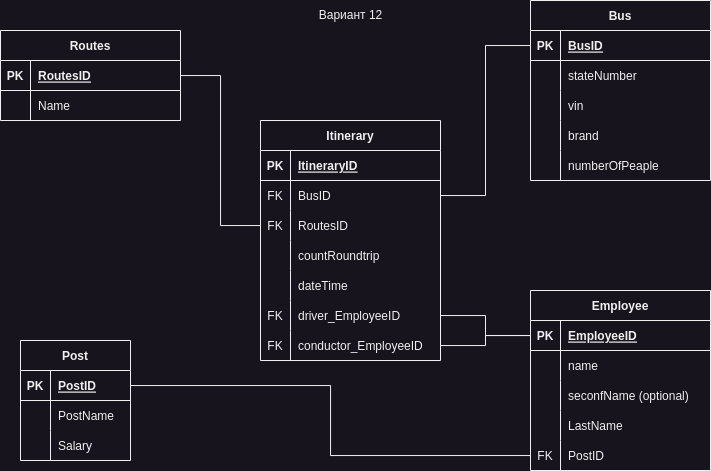
This is Schema.drawio.png from mesor21/Course_Progect_DB, a draw.io export, as it was before one commit. Source tidied: cells renumbered, new cells last; positions are measured from the earlier drawing's top-left corner, leaving out a move shared by most shapes. The source it was exported from:
```xml
<mxGraphModel>
  <root>
    <mxCell id="0" />
    <mxCell id="1" parent="0" />
    <mxCell id="2" value="Employee" style="shape=table;startSize=30;rowLines=0;fontStyle=1;align=center;" parent="1" vertex="1">
      <mxGeometry x="530" y="290" width="180" height="180" as="geometry" />
    </mxCell>
    <mxCell id="3" style="shape=tableRow;horizontal=0;startSize=0;swimlaneHead=0;swimlaneBody=0;fillColor=none;points=[[0,0.5],[1,0.5]];portConstraint=eastwest;top=0;left=0;right=0;bottom=1;" parent="2" vertex="1">
      <mxGeometry y="30" width="180" height="30" as="geometry" />
    </mxCell>
    <mxCell id="4" value="PK" style="shape=partialRectangle;fillColor=none;top=0;left=0;bottom=0;right=0;fontStyle=1;overflow=hidden;" parent="3" vertex="1">
      <mxGeometry width="30" height="30" as="geometry" />
    </mxCell>
    <mxCell id="5" value="EmployeeID" style="shape=partialRectangle;fillColor=none;top=0;left=0;bottom=0;right=0;align=left;spacingLeft=6;fontStyle=5;overflow=hidden;" parent="3" vertex="1">
      <mxGeometry x="30" width="150" height="30" as="geometry" />
    </mxCell>
    <mxCell id="6" style="shape=tableRow;horizontal=0;startSize=0;swimlaneHead=0;swimlaneBody=0;fillColor=none;top=0;left=0;right=0;bottom=0;" parent="2" vertex="1">
      <mxGeometry y="60" width="180" height="30" as="geometry" />
    </mxCell>
    <mxCell id="7" style="shape=partialRectangle;fillColor=none;top=0;left=0;bottom=0;right=0;overflow=hidden;" parent="6" vertex="1">
      <mxGeometry width="30" height="30" as="geometry" />
    </mxCell>
    <mxCell id="8" value="name" style="shape=partialRectangle;fillColor=none;top=0;left=0;bottom=0;right=0;align=left;spacingLeft=6;overflow=hidden;" parent="6" vertex="1">
      <mxGeometry x="30" width="150" height="30" as="geometry" />
    </mxCell>
    <mxCell id="9" style="shape=tableRow;horizontal=0;startSize=0;swimlaneHead=0;swimlaneBody=0;fillColor=none;top=0;left=0;right=0;bottom=0;" parent="2" vertex="1">
      <mxGeometry y="90" width="180" height="30" as="geometry" />
    </mxCell>
    <mxCell id="10" style="shape=partialRectangle;fillColor=none;top=0;left=0;bottom=0;right=0;overflow=hidden;" parent="9" vertex="1">
      <mxGeometry width="30" height="30" as="geometry" />
    </mxCell>
    <mxCell id="11" value="seconfName (optional)" style="shape=partialRectangle;fillColor=none;top=0;left=0;bottom=0;right=0;align=left;spacingLeft=6;overflow=hidden;" parent="9" vertex="1">
      <mxGeometry x="30" width="150" height="30" as="geometry" />
    </mxCell>
    <mxCell id="12" style="shape=tableRow;horizontal=0;startSize=0;swimlaneHead=0;swimlaneBody=0;fillColor=none;top=0;left=0;right=0;bottom=0;" parent="2" vertex="1">
      <mxGeometry y="120" width="180" height="30" as="geometry" />
    </mxCell>
    <mxCell id="13" style="shape=partialRectangle;fillColor=none;top=0;left=0;bottom=0;right=0;overflow=hidden;" parent="12" vertex="1">
      <mxGeometry width="30" height="30" as="geometry" />
    </mxCell>
    <mxCell id="14" value="LastName" style="shape=partialRectangle;fillColor=none;top=0;left=0;bottom=0;right=0;align=left;spacingLeft=6;overflow=hidden;" parent="12" vertex="1">
      <mxGeometry x="30" width="150" height="30" as="geometry" />
    </mxCell>
    <mxCell id="15" style="shape=tableRow;horizontal=0;startSize=0;swimlaneHead=0;swimlaneBody=0;fillColor=none;points=[[0,0.5],[1,0.5]];portConstraint=eastwest;top=0;left=0;right=0;bottom=0;" parent="2" vertex="1">
      <mxGeometry y="150" width="180" height="30" as="geometry" />
    </mxCell>
    <mxCell id="16" value="FK" style="shape=partialRectangle;fillColor=none;top=0;left=0;bottom=0;right=0;overflow=hidden;" parent="15" vertex="1">
      <mxGeometry width="30" height="30" as="geometry" />
    </mxCell>
    <mxCell id="17" value="PostID" style="shape=partialRectangle;fillColor=none;top=0;left=0;bottom=0;right=0;align=left;spacingLeft=6;overflow=hidden;" parent="15" vertex="1">
      <mxGeometry x="30" width="150" height="30" as="geometry" />
    </mxCell>
    <mxCell id="18" value="Post" style="shape=table;startSize=30;rowLines=0;fontStyle=1;align=center;" parent="1" vertex="1">
      <mxGeometry x="20" y="340" width="110" height="120" as="geometry" />
    </mxCell>
    <mxCell id="19" style="shape=tableRow;horizontal=0;startSize=0;swimlaneHead=0;swimlaneBody=0;fillColor=none;points=[[0,0.5],[1,0.5]];portConstraint=eastwest;top=0;left=0;right=0;bottom=1;" parent="18" vertex="1">
      <mxGeometry y="30" width="110" height="30" as="geometry" />
    </mxCell>
    <mxCell id="20" value="PK" style="shape=partialRectangle;fillColor=none;top=0;left=0;bottom=0;right=0;fontStyle=1;overflow=hidden;" parent="19" vertex="1">
      <mxGeometry width="30" height="30" as="geometry" />
    </mxCell>
    <mxCell id="21" value="PostID" style="shape=partialRectangle;fillColor=none;top=0;left=0;bottom=0;right=0;align=left;spacingLeft=6;fontStyle=5;overflow=hidden;" parent="19" vertex="1">
      <mxGeometry x="30" width="80" height="30" as="geometry" />
    </mxCell>
    <mxCell id="22" style="shape=tableRow;horizontal=0;startSize=0;swimlaneHead=0;swimlaneBody=0;fillColor=none;top=0;left=0;right=0;bottom=0;" parent="18" vertex="1">
      <mxGeometry y="60" width="110" height="30" as="geometry" />
    </mxCell>
    <mxCell id="23" style="shape=partialRectangle;fillColor=none;top=0;left=0;bottom=0;right=0;overflow=hidden;" parent="22" vertex="1">
      <mxGeometry width="30" height="30" as="geometry" />
    </mxCell>
    <mxCell id="24" value="PostName" style="shape=partialRectangle;fillColor=none;top=0;left=0;bottom=0;right=0;align=left;spacingLeft=6;overflow=hidden;" parent="22" vertex="1">
      <mxGeometry x="30" width="80" height="30" as="geometry" />
    </mxCell>
    <mxCell id="25" style="shape=tableRow;horizontal=0;startSize=0;swimlaneHead=0;swimlaneBody=0;fillColor=none;top=0;left=0;right=0;bottom=0;" parent="18" vertex="1">
      <mxGeometry y="90" width="110" height="30" as="geometry" />
    </mxCell>
    <mxCell id="26" style="shape=partialRectangle;fillColor=none;top=0;left=0;bottom=0;right=0;overflow=hidden;" parent="25" vertex="1">
      <mxGeometry width="30" height="30" as="geometry" />
    </mxCell>
    <mxCell id="27" value="Salary" style="shape=partialRectangle;fillColor=none;top=0;left=0;bottom=0;right=0;align=left;spacingLeft=6;overflow=hidden;" parent="25" vertex="1">
      <mxGeometry x="30" width="80" height="30" as="geometry" />
    </mxCell>
    <mxCell id="28" style="edgeStyle=orthogonalEdgeStyle;rounded=0;jettySize=auto;html=1;endArrow=none;endFill=0;" parent="1" edge="1" source="19" target="15">
      <mxGeometry relative="1" as="geometry" />
    </mxCell>
    <mxCell id="29" value="Bus" style="shape=table;startSize=30;rowLines=0;fontStyle=1;align=center;" parent="1" vertex="1">
      <mxGeometry x="530" width="180" height="180" as="geometry" />
    </mxCell>
    <mxCell id="30" style="shape=tableRow;horizontal=0;startSize=0;swimlaneHead=0;swimlaneBody=0;fillColor=none;points=[[0,0.5],[1,0.5]];portConstraint=eastwest;top=0;left=0;right=0;bottom=1;" parent="29" vertex="1">
      <mxGeometry y="30" width="180" height="30" as="geometry" />
    </mxCell>
    <mxCell id="31" value="PK" style="shape=partialRectangle;fillColor=none;top=0;left=0;bottom=0;right=0;fontStyle=1;overflow=hidden;" parent="30" vertex="1">
      <mxGeometry width="30" height="30" as="geometry" />
    </mxCell>
    <mxCell id="32" value="BusID" style="shape=partialRectangle;fillColor=none;top=0;left=0;bottom=0;right=0;align=left;spacingLeft=6;fontStyle=5;overflow=hidden;" parent="30" vertex="1">
      <mxGeometry x="30" width="150" height="30" as="geometry" />
    </mxCell>
    <mxCell id="33" style="shape=tableRow;horizontal=0;startSize=0;swimlaneHead=0;swimlaneBody=0;fillColor=none;top=0;left=0;right=0;bottom=0;" parent="29" vertex="1">
      <mxGeometry y="60" width="180" height="30" as="geometry" />
    </mxCell>
    <mxCell id="34" style="shape=partialRectangle;fillColor=none;top=0;left=0;bottom=0;right=0;overflow=hidden;" parent="33" vertex="1">
      <mxGeometry width="30" height="30" as="geometry" />
    </mxCell>
    <mxCell id="35" value="stateNumber" style="shape=partialRectangle;fillColor=none;top=0;left=0;bottom=0;right=0;align=left;spacingLeft=6;overflow=hidden;" parent="33" vertex="1">
      <mxGeometry x="30" width="150" height="30" as="geometry" />
    </mxCell>
    <mxCell id="36" style="shape=tableRow;horizontal=0;startSize=0;swimlaneHead=0;swimlaneBody=0;fillColor=none;top=0;left=0;right=0;bottom=0;" parent="29" vertex="1">
      <mxGeometry y="90" width="180" height="30" as="geometry" />
    </mxCell>
    <mxCell id="37" style="shape=partialRectangle;fillColor=none;top=0;left=0;bottom=0;right=0;overflow=hidden;" parent="36" vertex="1">
      <mxGeometry width="30" height="30" as="geometry" />
    </mxCell>
    <mxCell id="38" value="vin" style="shape=partialRectangle;fillColor=none;top=0;left=0;bottom=0;right=0;align=left;spacingLeft=6;overflow=hidden;" parent="36" vertex="1">
      <mxGeometry x="30" width="150" height="30" as="geometry" />
    </mxCell>
    <mxCell id="39" style="shape=tableRow;horizontal=0;startSize=0;swimlaneHead=0;swimlaneBody=0;fillColor=none;top=0;left=0;right=0;bottom=0;" parent="29" vertex="1">
      <mxGeometry y="120" width="180" height="30" as="geometry" />
    </mxCell>
    <mxCell id="40" style="shape=partialRectangle;fillColor=none;top=0;left=0;bottom=0;right=0;overflow=hidden;" parent="39" vertex="1">
      <mxGeometry width="30" height="30" as="geometry" />
    </mxCell>
    <mxCell id="41" value="brand" style="shape=partialRectangle;fillColor=none;top=0;left=0;bottom=0;right=0;align=left;spacingLeft=6;overflow=hidden;" parent="39" vertex="1">
      <mxGeometry x="30" width="150" height="30" as="geometry" />
    </mxCell>
    <mxCell id="42" style="shape=tableRow;horizontal=0;startSize=0;swimlaneHead=0;swimlaneBody=0;fillColor=none;top=0;left=0;right=0;bottom=0;" parent="29" vertex="1">
      <mxGeometry y="150" width="180" height="30" as="geometry" />
    </mxCell>
    <mxCell id="43" style="shape=partialRectangle;fillColor=none;top=0;left=0;bottom=0;right=0;overflow=hidden;" parent="42" vertex="1">
      <mxGeometry width="30" height="30" as="geometry" />
    </mxCell>
    <mxCell id="44" value="numberOfPeaple" style="shape=partialRectangle;fillColor=none;top=0;left=0;bottom=0;right=0;align=left;spacingLeft=6;overflow=hidden;" parent="42" vertex="1">
      <mxGeometry x="30" width="150" height="30" as="geometry" />
    </mxCell>
    <mxCell id="45" value="Routes" style="shape=table;startSize=30;rowLines=0;fontStyle=1;align=center;" parent="1" vertex="1">
      <mxGeometry y="30" width="180" height="90" as="geometry" />
    </mxCell>
    <mxCell id="46" style="shape=tableRow;horizontal=0;startSize=0;swimlaneHead=0;swimlaneBody=0;fillColor=none;points=[[0,0.5],[1,0.5]];portConstraint=eastwest;top=0;left=0;right=0;bottom=1;" parent="45" vertex="1">
      <mxGeometry y="30" width="180" height="30" as="geometry" />
    </mxCell>
    <mxCell id="47" value="PK" style="shape=partialRectangle;fillColor=none;top=0;left=0;bottom=0;right=0;fontStyle=1;overflow=hidden;" parent="46" vertex="1">
      <mxGeometry width="30" height="30" as="geometry" />
    </mxCell>
    <mxCell id="48" value="RoutesID" style="shape=partialRectangle;fillColor=none;top=0;left=0;bottom=0;right=0;align=left;spacingLeft=6;fontStyle=5;overflow=hidden;" parent="46" vertex="1">
      <mxGeometry x="30" width="150" height="30" as="geometry" />
    </mxCell>
    <mxCell id="49" style="shape=tableRow;horizontal=0;startSize=0;swimlaneHead=0;swimlaneBody=0;fillColor=none;top=0;left=0;right=0;bottom=0;" parent="45" vertex="1">
      <mxGeometry y="60" width="180" height="30" as="geometry" />
    </mxCell>
    <mxCell id="50" style="shape=partialRectangle;fillColor=none;top=0;left=0;bottom=0;right=0;overflow=hidden;" parent="49" vertex="1">
      <mxGeometry width="30" height="30" as="geometry" />
    </mxCell>
    <mxCell id="51" value="Name" style="shape=partialRectangle;fillColor=none;top=0;left=0;bottom=0;right=0;align=left;spacingLeft=6;overflow=hidden;" parent="49" vertex="1">
      <mxGeometry x="30" width="150" height="30" as="geometry" />
    </mxCell>
    <mxCell id="52" value="Itinerary" style="shape=table;startSize=30;rowLines=0;fontStyle=1;align=center;" parent="1" vertex="1">
      <mxGeometry x="260" y="120" width="180" height="240" as="geometry" />
    </mxCell>
    <mxCell id="53" style="shape=tableRow;horizontal=0;startSize=0;swimlaneHead=0;swimlaneBody=0;fillColor=none;top=0;left=0;right=0;bottom=1;" parent="52" vertex="1">
      <mxGeometry y="30" width="180" height="30" as="geometry" />
    </mxCell>
    <mxCell id="54" value="PK" style="shape=partialRectangle;fillColor=none;top=0;left=0;bottom=0;right=0;fontStyle=1;overflow=hidden;" parent="53" vertex="1">
      <mxGeometry width="30" height="30" as="geometry" />
    </mxCell>
    <mxCell id="55" value="ItineraryID" style="shape=partialRectangle;fillColor=none;top=0;left=0;bottom=0;right=0;align=left;spacingLeft=6;fontStyle=5;overflow=hidden;" parent="53" vertex="1">
      <mxGeometry x="30" width="150" height="30" as="geometry" />
    </mxCell>
    <mxCell id="56" style="shape=tableRow;horizontal=0;startSize=0;swimlaneHead=0;swimlaneBody=0;fillColor=none;points=[[0,0.5],[1,0.5]];portConstraint=eastwest;top=0;left=0;right=0;bottom=0;" parent="52" vertex="1">
      <mxGeometry y="60" width="180" height="30" as="geometry" />
    </mxCell>
    <mxCell id="57" value="FK" style="shape=partialRectangle;fillColor=none;top=0;left=0;bottom=0;right=0;overflow=hidden;" parent="56" vertex="1">
      <mxGeometry width="30" height="30" as="geometry" />
    </mxCell>
    <mxCell id="58" value="BusID" style="shape=partialRectangle;fillColor=none;top=0;left=0;bottom=0;right=0;align=left;spacingLeft=6;overflow=hidden;" parent="56" vertex="1">
      <mxGeometry x="30" width="150" height="30" as="geometry" />
    </mxCell>
    <mxCell id="59" style="shape=tableRow;horizontal=0;startSize=0;swimlaneHead=0;swimlaneBody=0;fillColor=none;points=[[0,0.5],[1,0.5]];portConstraint=eastwest;top=0;left=0;right=0;bottom=0;" parent="52" vertex="1">
      <mxGeometry y="90" width="180" height="30" as="geometry" />
    </mxCell>
    <mxCell id="60" value="FK" style="shape=partialRectangle;fillColor=none;top=0;left=0;bottom=0;right=0;overflow=hidden;" parent="59" vertex="1">
      <mxGeometry width="30" height="30" as="geometry" />
    </mxCell>
    <mxCell id="61" value="RoutesID" style="shape=partialRectangle;fillColor=none;top=0;left=0;bottom=0;right=0;align=left;spacingLeft=6;overflow=hidden;" parent="59" vertex="1">
      <mxGeometry x="30" width="150" height="30" as="geometry" />
    </mxCell>
    <mxCell id="62" style="shape=tableRow;horizontal=0;startSize=0;swimlaneHead=0;swimlaneBody=0;fillColor=none;top=0;left=0;right=0;bottom=0;" parent="52" vertex="1">
      <mxGeometry y="120" width="180" height="30" as="geometry" />
    </mxCell>
    <mxCell id="63" style="shape=partialRectangle;fillColor=none;top=0;left=0;bottom=0;right=0;overflow=hidden;" parent="62" vertex="1">
      <mxGeometry width="30" height="30" as="geometry" />
    </mxCell>
    <mxCell id="64" value="countRoundtrip" style="shape=partialRectangle;fillColor=none;top=0;left=0;bottom=0;right=0;align=left;spacingLeft=6;overflow=hidden;" parent="62" vertex="1">
      <mxGeometry x="30" width="150" height="30" as="geometry" />
    </mxCell>
    <mxCell id="65" style="shape=tableRow;horizontal=0;startSize=0;swimlaneHead=0;swimlaneBody=0;fillColor=none;top=0;left=0;right=0;bottom=0;" parent="52" vertex="1">
      <mxGeometry y="150" width="180" height="30" as="geometry" />
    </mxCell>
    <mxCell id="66" style="shape=partialRectangle;fillColor=none;top=0;left=0;bottom=0;right=0;overflow=hidden;" parent="65" vertex="1">
      <mxGeometry width="30" height="30" as="geometry" />
    </mxCell>
    <mxCell id="67" value="dateTime" style="shape=partialRectangle;fillColor=none;top=0;left=0;bottom=0;right=0;align=left;spacingLeft=6;overflow=hidden;" parent="65" vertex="1">
      <mxGeometry x="30" width="150" height="30" as="geometry" />
    </mxCell>
    <mxCell id="68" style="shape=tableRow;horizontal=0;startSize=0;swimlaneHead=0;swimlaneBody=0;fillColor=none;points=[[0,0.5],[1,0.5]];portConstraint=eastwest;top=0;left=0;right=0;bottom=0;" parent="52" vertex="1">
      <mxGeometry y="180" width="180" height="30" as="geometry" />
    </mxCell>
    <mxCell id="69" value="FK" style="shape=partialRectangle;fillColor=none;top=0;left=0;bottom=0;right=0;overflow=hidden;" parent="68" vertex="1">
      <mxGeometry width="30" height="30" as="geometry" />
    </mxCell>
    <mxCell id="70" value="driver_EmployeeID" style="shape=partialRectangle;fillColor=none;top=0;left=0;bottom=0;right=0;align=left;spacingLeft=6;overflow=hidden;" parent="68" vertex="1">
      <mxGeometry x="30" width="150" height="30" as="geometry" />
    </mxCell>
    <mxCell id="71" style="shape=tableRow;horizontal=0;startSize=0;swimlaneHead=0;swimlaneBody=0;fillColor=none;points=[[0,0.5],[1,0.5]];portConstraint=eastwest;top=0;left=0;right=0;bottom=0;" parent="52" vertex="1">
      <mxGeometry y="210" width="180" height="30" as="geometry" />
    </mxCell>
    <mxCell id="72" value="FK" style="shape=partialRectangle;fillColor=none;top=0;left=0;bottom=0;right=0;overflow=hidden;" parent="71" vertex="1">
      <mxGeometry width="30" height="30" as="geometry" />
    </mxCell>
    <mxCell id="73" value="conductor_EmployeeID" style="shape=partialRectangle;fillColor=none;top=0;left=0;bottom=0;right=0;align=left;spacingLeft=6;overflow=hidden;" parent="71" vertex="1">
      <mxGeometry x="30" width="150" height="30" as="geometry" />
    </mxCell>
    <mxCell id="74" style="edgeStyle=orthogonalEdgeStyle;rounded=0;jettySize=auto;html=1;endArrow=none;endFill=0;" parent="1" edge="1" source="30" target="56">
      <mxGeometry relative="1" as="geometry" />
    </mxCell>
    <mxCell id="75" style="edgeStyle=orthogonalEdgeStyle;rounded=0;jettySize=auto;html=1;endArrow=none;endFill=0;" parent="1" edge="1" source="46" target="59">
      <mxGeometry relative="1" as="geometry" />
    </mxCell>
    <mxCell id="76" style="edgeStyle=orthogonalEdgeStyle;rounded=0;jettySize=auto;html=1;endArrow=none;endFill=0;" parent="1" edge="1" source="3" target="68">
      <mxGeometry relative="1" as="geometry" />
    </mxCell>
    <mxCell id="77" style="edgeStyle=orthogonalEdgeStyle;rounded=0;jettySize=auto;html=1;endArrow=none;endFill=0;" parent="1" edge="1" source="3" target="71">
      <mxGeometry relative="1" as="geometry" />
    </mxCell>
    <mxCell id="78" value="Вариант 12" style="text;html=1;align=center;verticalAlign=middle;strokeColor=none;fillColor=none;" parent="1" vertex="1">
      <mxGeometry x="305" width="90" height="30" as="geometry" />
    </mxCell>
  </root>
</mxGraphModel>
```
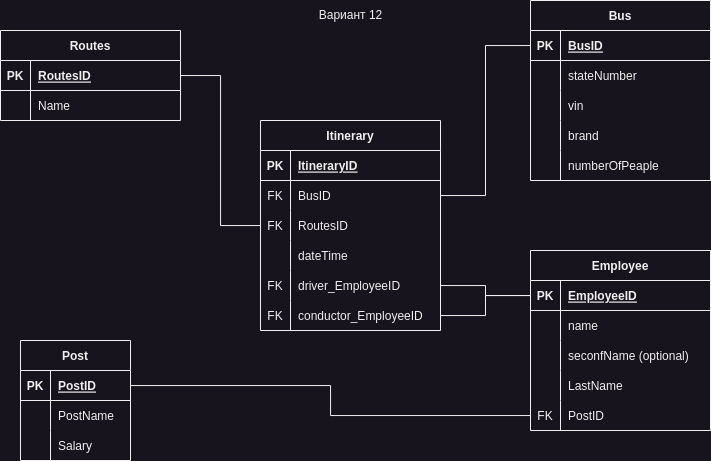
Later version of the same file.

Change to the diagram source:
```diff
@@ -3,7 +3,7 @@
     <mxCell id="0" />
     <mxCell id="1" parent="0" />
     <mxCell id="2" value="Employee" style="shape=table;startSize=30;rowLines=0;fontStyle=1;align=center;" parent="1" vertex="1">
-      <mxGeometry x="530" y="290" width="180" height="180" as="geometry" />
+      <mxGeometry x="530" y="250" width="180" height="180" as="geometry" />
     </mxCell>
     <mxCell id="3" style="shape=tableRow;horizontal=0;startSize=0;swimlaneHead=0;swimlaneBody=0;fillColor=none;points=[[0,0.5],[1,0.5]];portConstraint=eastwest;top=0;left=0;right=0;bottom=1;" parent="2" vertex="1">
       <mxGeometry y="30" width="180" height="30" as="geometry" />
@@ -153,7 +153,7 @@
       <mxGeometry x="30" width="150" height="30" as="geometry" />
     </mxCell>
     <mxCell id="52" value="Itinerary" style="shape=table;startSize=30;rowLines=0;fontStyle=1;align=center;" parent="1" vertex="1">
-      <mxGeometry x="260" y="120" width="180" height="240" as="geometry" />
+      <mxGeometry x="260" y="120" width="180" height="210" as="geometry" />
     </mxCell>
     <mxCell id="53" style="shape=tableRow;horizontal=0;startSize=0;swimlaneHead=0;swimlaneBody=0;fillColor=none;top=0;left=0;right=0;bottom=1;" parent="52" vertex="1">
       <mxGeometry y="30" width="180" height="30" as="geometry" />
@@ -182,17 +182,8 @@
     <mxCell id="61" value="RoutesID" style="shape=partialRectangle;fillColor=none;top=0;left=0;bottom=0;right=0;align=left;spacingLeft=6;overflow=hidden;" parent="59" vertex="1">
       <mxGeometry x="30" width="150" height="30" as="geometry" />
     </mxCell>
-    <mxCell id="62" style="shape=tableRow;horizontal=0;startSize=0;swimlaneHead=0;swimlaneBody=0;fillColor=none;top=0;left=0;right=0;bottom=0;" parent="52" vertex="1">
-      <mxGeometry y="120" width="180" height="30" as="geometry" />
-    </mxCell>
-    <mxCell id="63" style="shape=partialRectangle;fillColor=none;top=0;left=0;bottom=0;right=0;overflow=hidden;" parent="62" vertex="1">
-      <mxGeometry width="30" height="30" as="geometry" />
-    </mxCell>
-    <mxCell id="64" value="countRoundtrip" style="shape=partialRectangle;fillColor=none;top=0;left=0;bottom=0;right=0;align=left;spacingLeft=6;overflow=hidden;" parent="62" vertex="1">
-      <mxGeometry x="30" width="150" height="30" as="geometry" />
-    </mxCell>
     <mxCell id="65" style="shape=tableRow;horizontal=0;startSize=0;swimlaneHead=0;swimlaneBody=0;fillColor=none;top=0;left=0;right=0;bottom=0;" parent="52" vertex="1">
-      <mxGeometry y="150" width="180" height="30" as="geometry" />
+      <mxGeometry y="120" width="180" height="30" as="geometry" />
     </mxCell>
     <mxCell id="66" style="shape=partialRectangle;fillColor=none;top=0;left=0;bottom=0;right=0;overflow=hidden;" parent="65" vertex="1">
       <mxGeometry width="30" height="30" as="geometry" />
@@ -201,7 +192,7 @@
       <mxGeometry x="30" width="150" height="30" as="geometry" />
     </mxCell>
     <mxCell id="68" style="shape=tableRow;horizontal=0;startSize=0;swimlaneHead=0;swimlaneBody=0;fillColor=none;points=[[0,0.5],[1,0.5]];portConstraint=eastwest;top=0;left=0;right=0;bottom=0;" parent="52" vertex="1">
-      <mxGeometry y="180" width="180" height="30" as="geometry" />
+      <mxGeometry y="150" width="180" height="30" as="geometry" />
     </mxCell>
     <mxCell id="69" value="FK" style="shape=partialRectangle;fillColor=none;top=0;left=0;bottom=0;right=0;overflow=hidden;" parent="68" vertex="1">
       <mxGeometry width="30" height="30" as="geometry" />
@@ -210,7 +201,7 @@
       <mxGeometry x="30" width="150" height="30" as="geometry" />
     </mxCell>
     <mxCell id="71" style="shape=tableRow;horizontal=0;startSize=0;swimlaneHead=0;swimlaneBody=0;fillColor=none;points=[[0,0.5],[1,0.5]];portConstraint=eastwest;top=0;left=0;right=0;bottom=0;" parent="52" vertex="1">
-      <mxGeometry y="210" width="180" height="30" as="geometry" />
+      <mxGeometry y="180" width="180" height="30" as="geometry" />
     </mxCell>
     <mxCell id="72" value="FK" style="shape=partialRectangle;fillColor=none;top=0;left=0;bottom=0;right=0;overflow=hidden;" parent="71" vertex="1">
       <mxGeometry width="30" height="30" as="geometry" />
```
